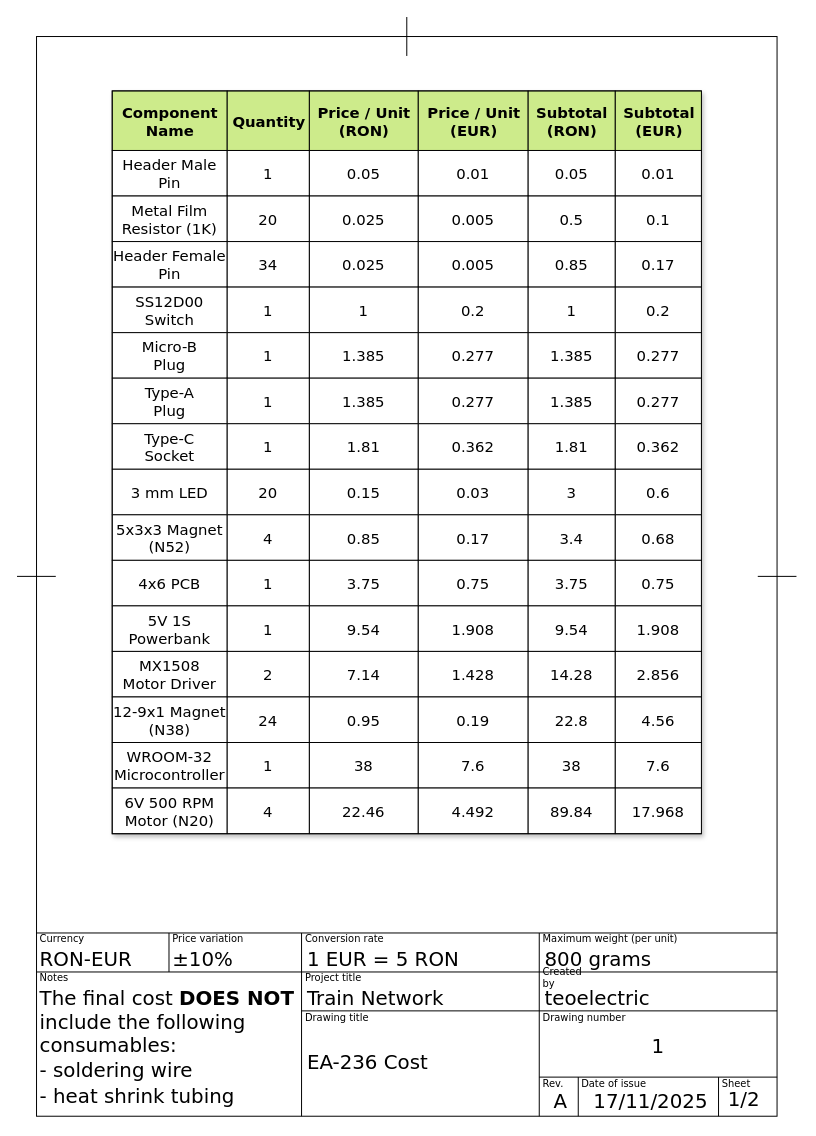
teodormorosanu/Electronic-Projects keeps this draw.io diagram as page "Sheet 1" (1 of 2) of Projects/TrainNetwork/RollingStock/Locomotives/EA-236/Cost/DRAWIO/EA-236_Cost.drawio. Above is the earlier version. Source tidied: cells renumbered, new cells numbered last; positions are measured from the earlier drawing's top-left corner, leaving out a move shared by most shapes. Both pictures are drawn from the tidied source at 99%, with x=0, y=0 at pixel (17, 17).
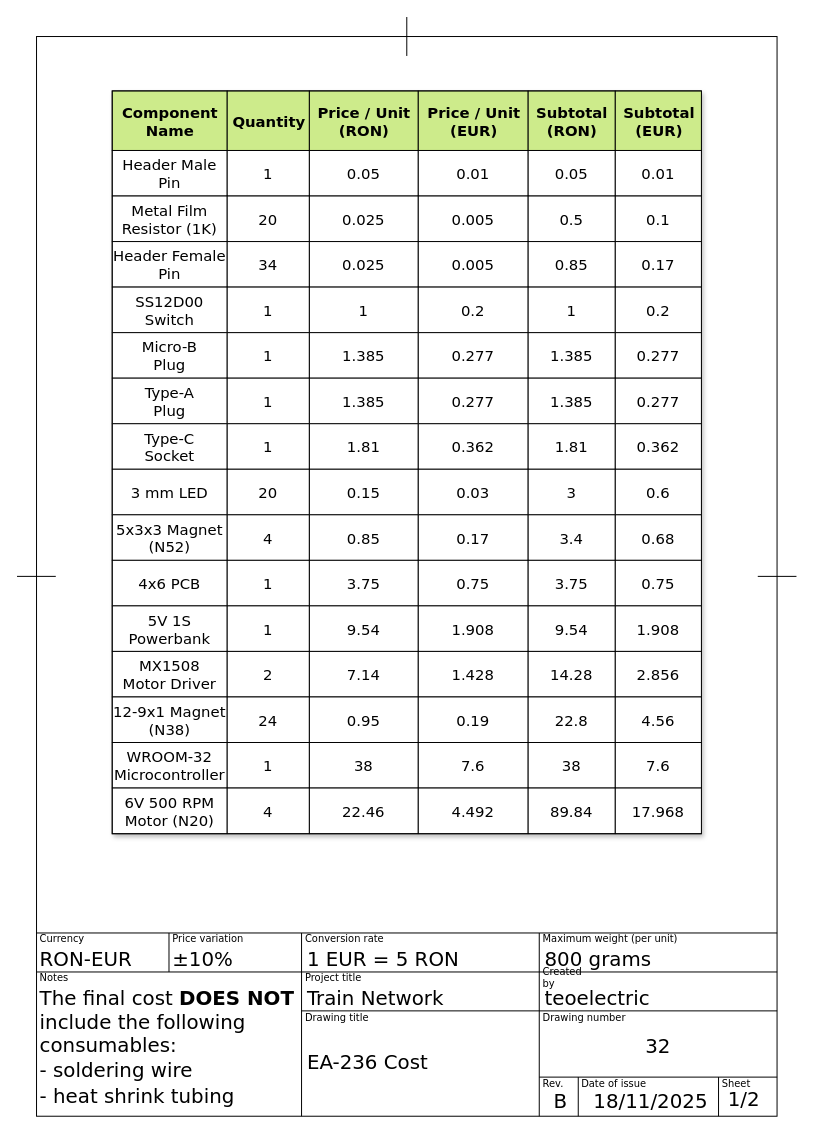
Above is the later version.

Change to the diagram source:
```diff
@@
-    <mxCell id="33" value="&lt;font style=&quot;font-size: 20px; font-weight: normal;&quot;&gt;1&lt;/font&gt;" style="text;html=1;align=center;verticalAlign=middle;whiteSpace=wrap;rounded=0;fillColor=none;fontStyle=1;fontFamily=Verdana;" parent="1" vertex="1">
+    <mxCell id="33" value="&lt;font style=&quot;font-size: 20px; font-weight: normal;&quot;&gt;32&lt;/font&gt;" style="text;html=1;align=center;verticalAlign=middle;whiteSpace=wrap;rounded=0;fillColor=none;fontStyle=1;fontFamily=Verdana;" parent="1" vertex="1">
       <mxGeometry x="537.1" y="1033.2" width="220.5" height="12.3" as="geometry" />
     </mxCell>
@@
-    <mxCell id="154" value="&lt;font style=&quot;font-size: 20px; font-weight: normal;&quot;&gt;17/11/2025&lt;/font&gt;" style="text;html=1;align=center;verticalAlign=middle;whiteSpace=wrap;rounded=0;fillColor=none;fontStyle=1;fontFamily=Verdana;" parent="1" vertex="1">
+    <mxCell id="154" value="&lt;font style=&quot;font-size: 20px; font-weight: normal;&quot;&gt;18/11/2025&lt;/font&gt;" style="text;html=1;align=center;verticalAlign=middle;whiteSpace=wrap;rounded=0;fillColor=none;fontStyle=1;fontFamily=Verdana;" parent="1" vertex="1">
       <mxGeometry x="629.6" y="1088.3" width="19.7" height="12.3" as="geometry" />
     </mxCell>
-    <mxCell id="155" value="&lt;font style=&quot;font-size: 20px; font-weight: normal;&quot;&gt;A&lt;/font&gt;" style="text;html=1;align=center;verticalAlign=middle;whiteSpace=wrap;rounded=0;fillColor=none;fontStyle=1;fontFamily=Verdana;" parent="1" vertex="1">
+    <mxCell id="155" value="&lt;font style=&quot;font-size: 20px; font-weight: normal;&quot;&gt;B&lt;/font&gt;" style="text;html=1;align=center;verticalAlign=middle;whiteSpace=wrap;rounded=0;fillColor=none;fontStyle=1;fontFamily=Verdana;" parent="1" vertex="1">
       <mxGeometry x="539.1" y="1088.3" width="19.7" height="12.3" as="geometry" />
     </mxCell>
```
